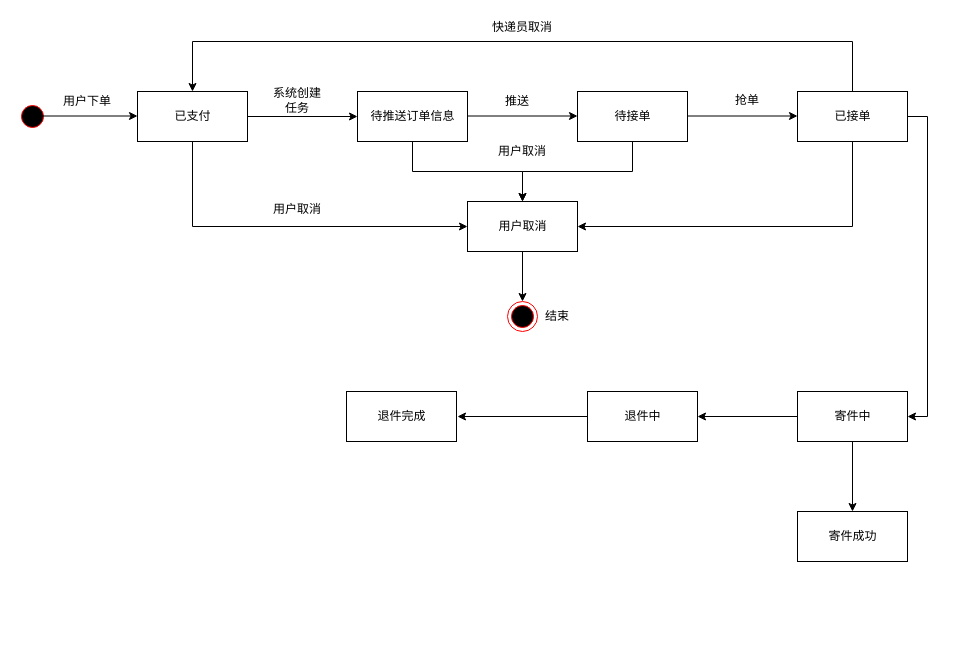
This is arch/latest/订单状态图模型.drawio from chenlongqiang/draw.io, a draw.io file, before an edit. Source tidied: cells renumbered, new cells numbered last; positions are measured from the earlier drawing's top-left corner, leaving out a move shared by most shapes. Both pictures are drawn from the tidied source at 100%, with x=0, y=0 at pixel (17, 17).
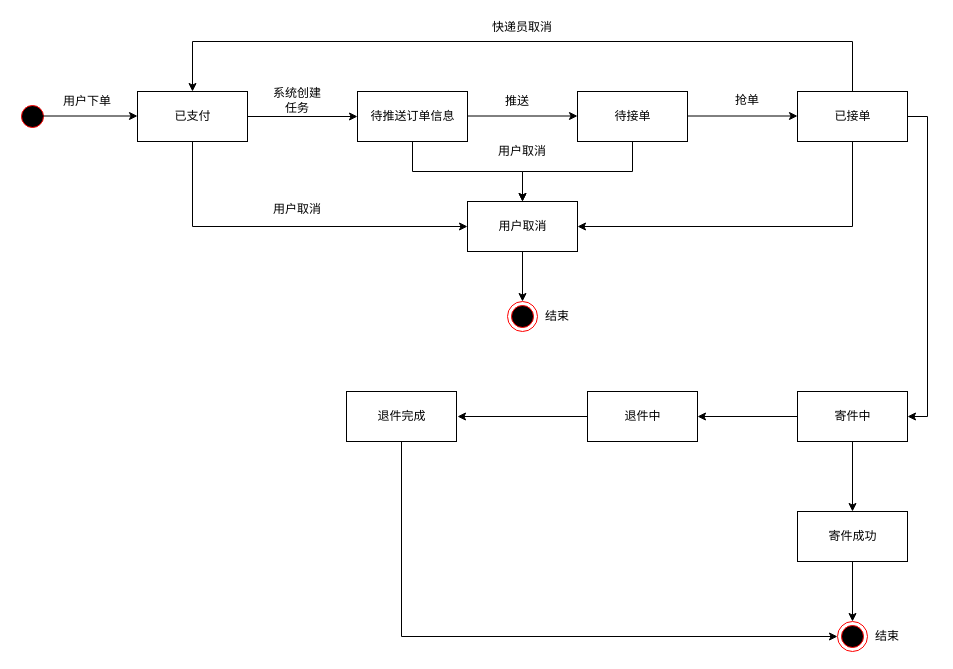
After the change.

Commit message (it also covers changes not shown here):
更新订单状态图模型.drawio

The change refers to these unchanged cells:
```xml
<mxCell id="33" value="退件完成" style="html=1;" parent="1" vertex="1">
  <mxGeometry x="329" y="374" width="110" height="50" as="geometry" />
</mxCell>
<mxCell id="34" value="寄件成功" style="html=1;" parent="1" vertex="1">
  <mxGeometry x="780" y="494" width="110" height="50" as="geometry" />
</mxCell>
```

The edit, as a diff of the source:
```diff
@@
+    <mxCell id="35" style="edgeStyle=orthogonalEdgeStyle;rounded=0;jettySize=auto;html=1;exitX=0.5;exitY=1;exitDx=0;exitDy=0;entryX=0;entryY=0.5;entryDx=0;entryDy=0;" parent="1" edge="1" source="33" target="37">
+      <mxGeometry relative="1" as="geometry" />
+    </mxCell>
@@
+    <mxCell id="36" style="edgeStyle=orthogonalEdgeStyle;rounded=0;jettySize=auto;html=1;exitX=0.5;exitY=1;exitDx=0;exitDy=0;entryX=0.5;entryY=0;entryDx=0;entryDy=0;" parent="1" edge="1" source="34" target="37">
+      <mxGeometry relative="1" as="geometry" />
+    </mxCell>
@@
+    <mxCell id="37" style="ellipse;html=1;shape=endState;fillColor=#000000;strokeColor=#ff0000;" parent="1" vertex="1">
+      <mxGeometry x="820" y="604" width="30" height="30" as="geometry" />
+    </mxCell>
+    <mxCell id="38" value="结束" style="text;html=1;strokeColor=none;fillColor=none;align=center;verticalAlign=middle;whiteSpace=wrap;rounded=0;" parent="1" vertex="1">
+      <mxGeometry x="840" y="609" width="60" height="20" as="geometry" />
+    </mxCell>
```
